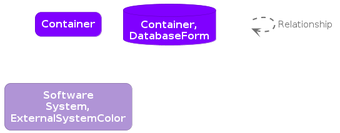
The PlantUML diagram architecture/diagrams/structurizr-Container-001-key.png in neojelll/url-shortener, before a commit.
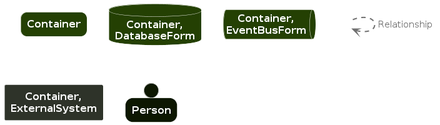
After the commit.

Diff of the diagram source:
```diff
@@ -17,30 +17,43 @@
 }
 
 skinparam rectangle<<1>> {
-  BackgroundColor #8000ff
+  BackgroundColor #244003
   FontColor #ffffff
-  BorderColor #5900b2
+  BorderColor #ffffff
   roundCorner 20
 }
 rectangle "==Container" <<1>>
 
 skinparam database<<2>> {
-  BackgroundColor #8000ff
+  BackgroundColor #244003
   FontColor #ffffff
-  BorderColor #5900b2
+  BorderColor #ffffff
 }
 database "==Container, DatabaseForm" <<2>>
 
-skinparam rectangle<<3>> {
-  BackgroundColor #b094d6
+skinparam queue<<3>> {
+  BackgroundColor #244003
   FontColor #ffffff
-  BorderColor #7b6795
-  roundCorner 20
+  BorderColor #ffffff
 }
-rectangle "==Software System, ExternalSystemColor" <<3>>
+queue "==Container, EventBusForm" <<3>>
 
-rectangle "." <<_transparent>> as 4
-4 .[#707070,thickness=2].> 4 : "<color:#707070>Relationship"
+skinparam rectangle<<4>> {
+  BackgroundColor #2e3329
+  FontColor #ffffff
+  BorderColor #ffffff
+}
+rectangle "==Container, ExternalSystem" <<4>>
+
+skinparam person<<5>> {
+  BackgroundColor #0d1701
+  FontColor #ffffff
+  BorderColor #ffffff
+}
+person "==Person" <<5>>
+
+rectangle "." <<_transparent>> as 6
+6 .[#707070,thickness=2].> 6 : "<color:#707070>Relationship"
 
 
 @enduml
```
